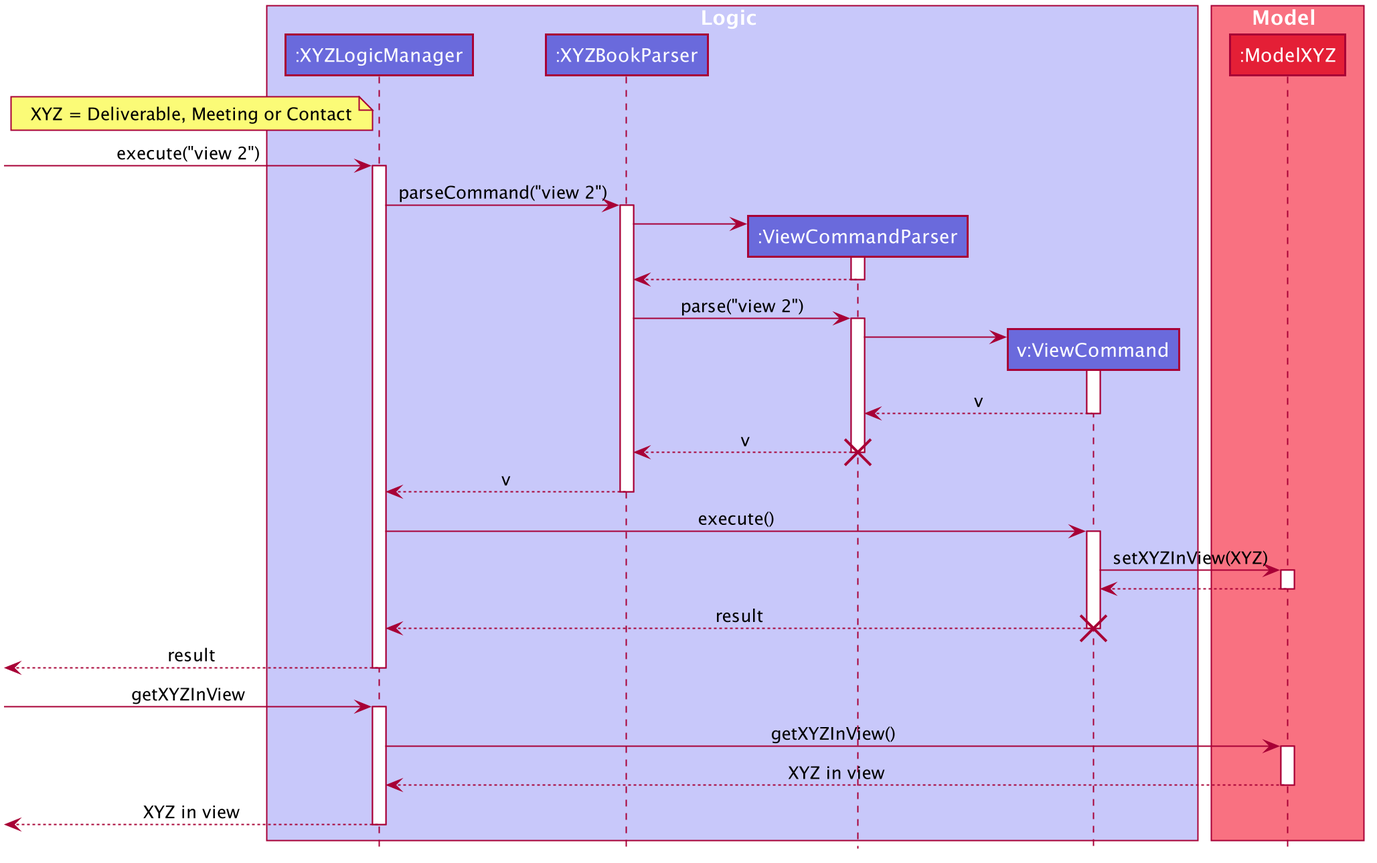
Earlier version of the PlantUML export docs/images/ViewCommandSequenceDiagram.png (shadowezz/Productiv).
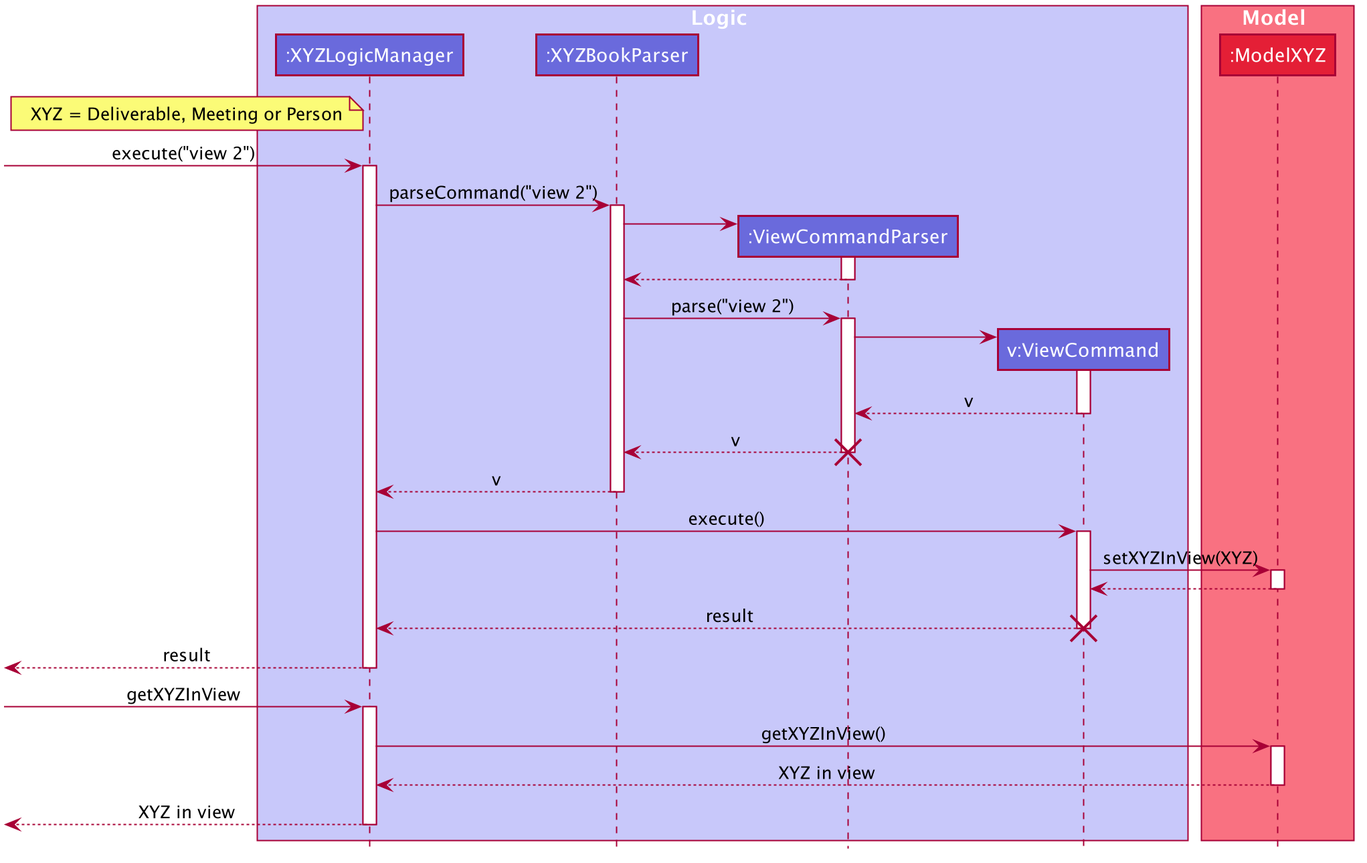
The same file after the commit.

Commit message:
Fix typo in uml diagram.

Diff of the diagram source:
```diff
@@ -55,7 +55,7 @@
 participant "v:ViewCommand" as ViewCommand #6A6ADC
 end box
 
-note left of XYZLogicManager : XYZ = Deliverable, Meeting or Contact
+note left of XYZLogicManager : XYZ = Deliverable, Meeting or Person
 
 box Model #F97181
 participant ":ModelXYZ" as ModelXYZ #E41F36
```
